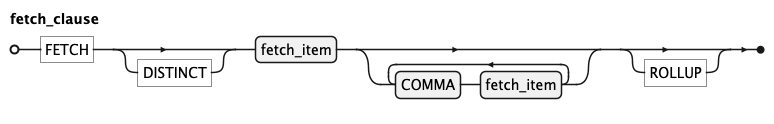
The PlantUML diagram docs/kql/fetch_clause.png in koryki-java/core, before a commit. The source it was exported from:
```plantuml
@startebnf
' border and background
skinparam legendBorderColor transparent
skinparam legendBackgroundColor white

'title fetch_clause

fetch_clause =
    "FETCH", ["DISTINCT"], fetch_item, {COMMA, fetch_item}, ["ROLLUP"]
;


@endebnf
```
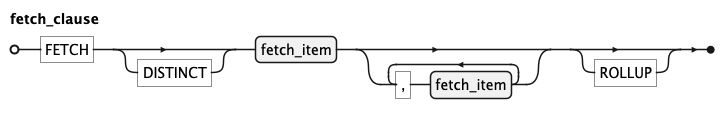
Above is the later version.

Change to the diagram source:
```diff
@@ -6,7 +6,7 @@
 'title fetch_clause
 
 fetch_clause =
-    "FETCH", ["DISTINCT"], fetch_item, {COMMA, fetch_item}, ["ROLLUP"]
+    "FETCH", ["DISTINCT"], fetch_item, {",", fetch_item}, ["ROLLUP"]
 ;
 
 
```
